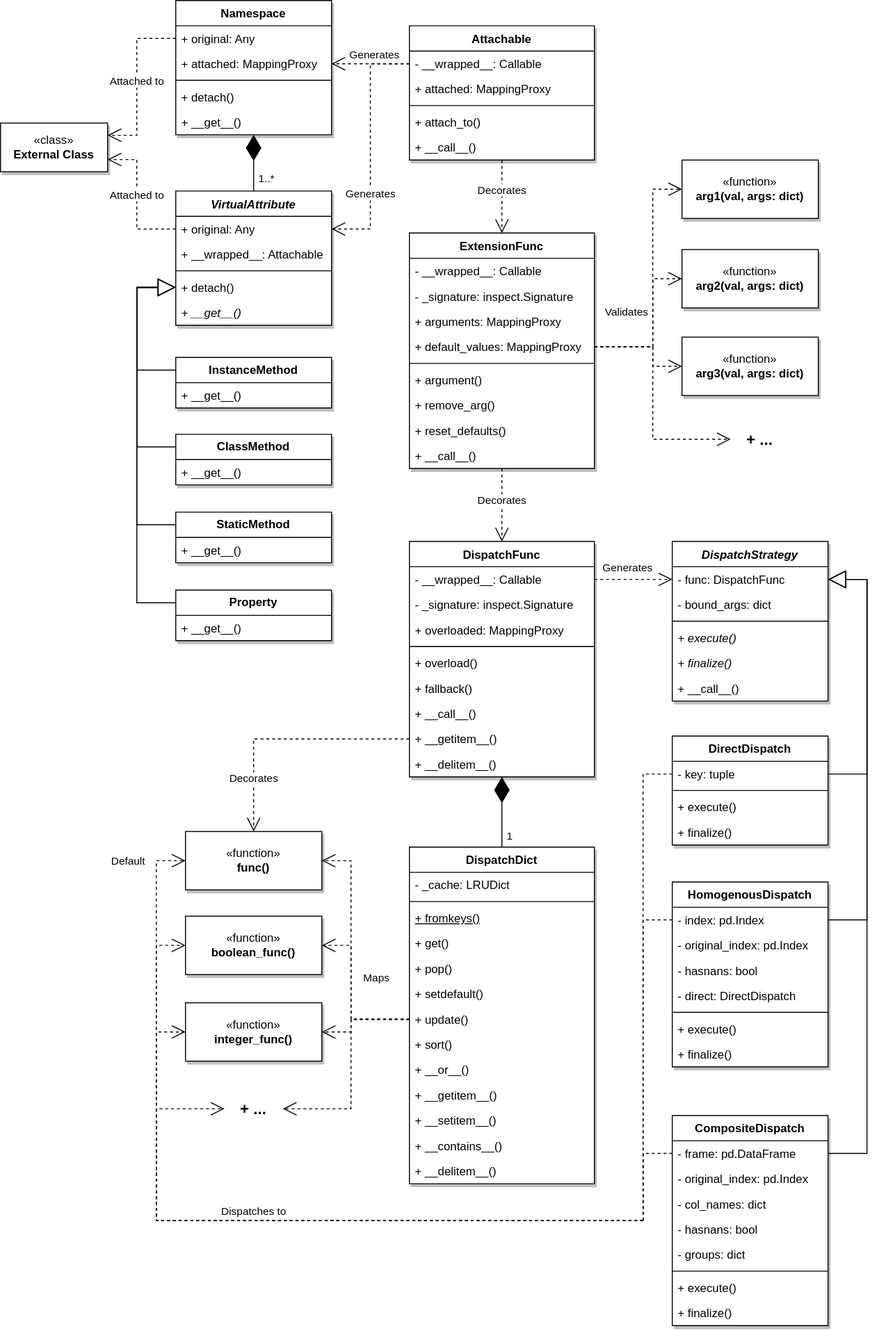
This is docs/source/images/decorators/Decorators_UML.svg from eerkela/bertrand, a draw.io export, as it was before one commit. Source tidied: cells renumbered, new cells last; positions are measured from the earlier drawing's top-left corner, leaving out a move shared by most shapes.
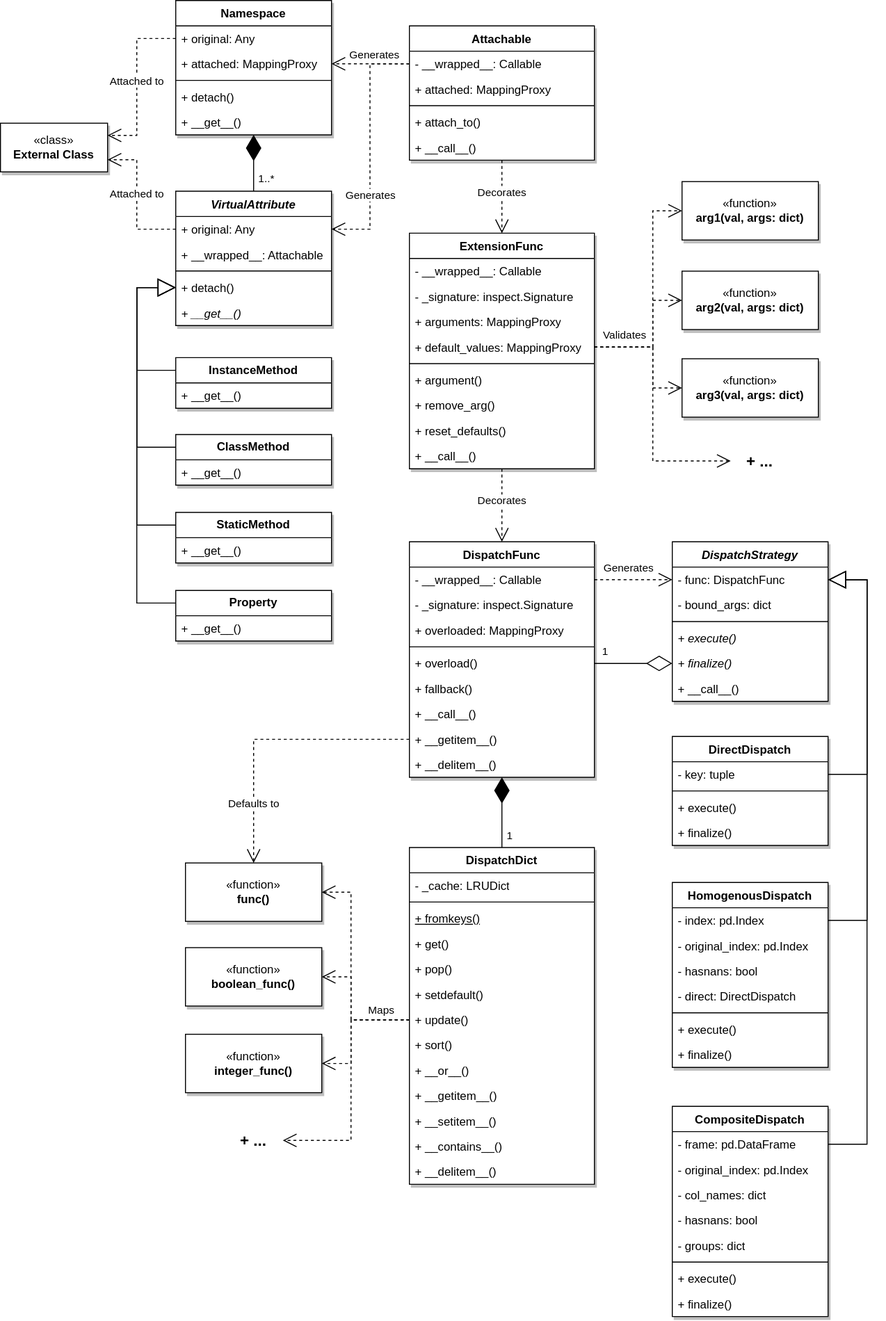
The same diagram one commit later.

Diff of the diagram source:
```diff
@@ -33,16 +33,16 @@
       <mxGeometry y="216" width="190" height="26" as="geometry" />
     </mxCell>
     <mxCell id="12" value="«function»&lt;br&gt;&lt;b&gt;func()&lt;/b&gt;" style="html=1;whiteSpace=wrap;shadow=1;" parent="1" vertex="1">
-      <mxGeometry x="190" y="854.1" width="140" height="60" as="geometry" />
+      <mxGeometry x="190" y="886" width="140" height="60" as="geometry" />
     </mxCell>
     <mxCell id="13" value="«function»&lt;br&gt;&lt;b&gt;boolean_&lt;/b&gt;&lt;b style=&quot;border-color: var(--border-color);&quot;&gt;func&lt;/b&gt;&lt;b&gt;()&lt;/b&gt;" style="html=1;whiteSpace=wrap;shadow=1;" parent="1" vertex="1">
-      <mxGeometry x="190" y="941.1" width="140" height="60" as="geometry" />
+      <mxGeometry x="190" y="973" width="140" height="60" as="geometry" />
     </mxCell>
     <mxCell id="14" value="«function»&lt;br&gt;&lt;b&gt;integer_func()&lt;/b&gt;" style="html=1;whiteSpace=wrap;shadow=1;" parent="1" vertex="1">
-      <mxGeometry x="190" y="1030.1" width="140" height="60" as="geometry" />
+      <mxGeometry x="190" y="1062" width="140" height="60" as="geometry" />
     </mxCell>
     <mxCell id="15" value="&lt;font style=&quot;font-size: 16px;&quot;&gt;&lt;b&gt;+ ...&lt;/b&gt;&lt;/font&gt;" style="text;html=1;strokeColor=none;fillColor=none;align=center;verticalAlign=middle;whiteSpace=wrap;rounded=0;" parent="1" vertex="1">
-      <mxGeometry x="230" y="1124.1" width="60" height="30" as="geometry" />
+      <mxGeometry x="230" y="1156" width="60" height="30" as="geometry" />
     </mxCell>
     <mxCell id="16" style="endArrow=open;endSize=12;dashed=1;html=1;rounded=0;entryX=1;entryY=0.5;entryDx=0;entryDy=0;exitX=0;exitY=0.5;exitDx=0;exitDy=0;edgeStyle=elbowEdgeStyle;" parent="1" edge="1" source="28" target="13">
       <mxGeometry x="0.56" y="-20" relative="1" as="geometry">
@@ -162,7 +162,7 @@
       <mxGeometry y="164" width="160" height="26" as="geometry" />
     </mxCell>
     <mxCell id="48" value="CompositeDispatch" style="swimlane;fontStyle=1;align=center;verticalAlign=top;horizontal=1;startSize=26;whiteSpace=wrap;html=1;swimlaneFillColor=default;shadow=1;" parent="1" vertex="1">
-      <mxGeometry x="690" y="1146" width="160" height="216" as="geometry" />
+      <mxGeometry x="690" y="1136" width="160" height="216" as="geometry" />
     </mxCell>
     <mxCell id="49" value="- frame: pd.DataFrame" style="text;strokeColor=none;fillColor=none;align=left;verticalAlign=top;spacingLeft=4;spacingRight=4;overflow=hidden;points=[[0,0.5],[1,0.5]];portConstraint=eastwest;whiteSpace=wrap;html=1;" parent="48" vertex="1">
       <mxGeometry y="26" width="160" height="26" as="geometry" />
@@ -228,91 +228,13 @@
         <mxPoint x="8" y="10" as="offset" />
       </mxGeometry>
     </mxCell>
-    <mxCell id="64" style="endArrow=none;endSize=12;dashed=1;html=1;rounded=0;exitX=0;exitY=0.5;exitDx=0;exitDy=0;edgeStyle=elbowEdgeStyle;endFill=0;" parent="1" edge="1" source="36">
-      <mxGeometry x="-0.39" relative="1" as="geometry">
-        <mxPoint x="660" y="1256" as="targetPoint" />
-        <Array as="points">
-          <mxPoint x="660" y="1026" />
-          <mxPoint x="670" y="1086.1" />
-          <mxPoint x="360" y="1326.1" />
-          <mxPoint x="500" y="1326.1" />
-        </Array>
-      </mxGeometry>
-    </mxCell>
-    <mxCell id="65" style="endArrow=none;endSize=12;dashed=1;html=1;rounded=0;exitX=0;exitY=0.5;exitDx=0;exitDy=0;edgeStyle=elbowEdgeStyle;endFill=0;" parent="1" edge="1" source="41">
-      <mxGeometry x="-0.39" relative="1" as="geometry">
-        <mxPoint x="660" y="1256" as="targetPoint" />
-        <Array as="points">
-          <mxPoint x="660" y="1136" />
-          <mxPoint x="680" y="1096.1" />
-          <mxPoint x="370" y="1336.1" />
-          <mxPoint x="510" y="1336.1" />
-        </Array>
-      </mxGeometry>
-    </mxCell>
-    <mxCell id="66" style="endArrow=none;endSize=12;dashed=1;html=1;rounded=0;exitX=0;exitY=0.5;exitDx=0;exitDy=0;edgeStyle=elbowEdgeStyle;endFill=0;" parent="1" edge="1" source="49">
-      <mxGeometry x="-0.39" relative="1" as="geometry">
-        <mxPoint x="660" y="1256" as="targetPoint" />
-        <Array as="points">
-          <mxPoint x="660" y="1226" />
-          <mxPoint x="690" y="1106.1" />
-          <mxPoint x="380" y="1346.1" />
-          <mxPoint x="520" y="1346.1" />
-        </Array>
-      </mxGeometry>
-    </mxCell>
-    <mxCell id="67" style="endArrow=open;endSize=12;dashed=1;html=1;rounded=0;entryX=0;entryY=0.5;entryDx=0;entryDy=0;edgeStyle=elbowEdgeStyle;" parent="1" edge="1" target="14">
-      <mxGeometry x="0.92" y="-40" relative="1" as="geometry">
-        <mxPoint x="660" y="1254" as="sourcePoint" />
-        <Array as="points">
-          <mxPoint x="160" y="1154.1" />
-        </Array>
-        <mxPoint x="-40" y="-40" as="offset" />
-      </mxGeometry>
-    </mxCell>
-    <mxCell id="68" value="Dispatches to" style="edgeLabel;html=1;align=center;verticalAlign=middle;" parent="67" vertex="1">
-      <mxGeometry x="0.96" y="-1" relative="1" as="geometry">
-        <mxPoint x="85" y="183" as="offset" />
-      </mxGeometry>
-    </mxCell>
-    <mxCell id="69" value="Decorates" style="endArrow=open;endSize=12;dashed=1;html=1;rounded=0;entryX=0.5;entryY=0;entryDx=0;entryDy=0;exitX=0;exitY=0.5;exitDx=0;exitDy=0;edgeStyle=elbowEdgeStyle;" parent="1" edge="1" source="10" target="12">
+    <mxCell id="69" value="Defaults to" style="endArrow=open;endSize=12;dashed=1;html=1;rounded=0;entryX=0.5;entryY=0;entryDx=0;entryDy=0;exitX=0;exitY=0.5;exitDx=0;exitDy=0;edgeStyle=elbowEdgeStyle;" parent="1" edge="1" source="10" target="12">
       <mxGeometry x="0.58" relative="1" as="geometry">
         <Array as="points">
           <mxPoint x="260" y="766.1" />
         </Array>
       </mxGeometry>
     </mxCell>
-    <mxCell id="70" style="endArrow=open;endSize=12;dashed=1;html=1;rounded=0;entryX=0;entryY=0.5;entryDx=0;entryDy=0;edgeStyle=elbowEdgeStyle;" parent="1" edge="1" target="13">
-      <mxGeometry x="0.91" y="-40" relative="1" as="geometry">
-        <mxPoint x="660" y="1254" as="sourcePoint" />
-        <Array as="points">
-          <mxPoint x="160" y="1114.1" />
-        </Array>
-        <mxPoint x="-80" y="-1" as="offset" />
-      </mxGeometry>
-    </mxCell>
-    <mxCell id="71" style="endArrow=open;endSize=12;dashed=1;html=1;rounded=0;entryX=0;entryY=0.5;entryDx=0;entryDy=0;edgeStyle=elbowEdgeStyle;" parent="1" edge="1" target="12">
-      <mxGeometry x="0.93" y="-40" relative="1" as="geometry">
-        <mxPoint x="660" y="1254" as="sourcePoint" />
-        <Array as="points">
-          <mxPoint x="160" y="1074.1" />
-        </Array>
-        <mxPoint x="-40" y="-40" as="offset" />
-      </mxGeometry>
-    </mxCell>
-    <mxCell id="72" value="Default" style="edgeLabel;html=1;align=center;verticalAlign=middle;" parent="71" vertex="1">
-      <mxGeometry x="0.97" y="1" relative="1" as="geometry">
-        <mxPoint x="-44" y="1" as="offset" />
-      </mxGeometry>
-    </mxCell>
-    <mxCell id="73" style="endArrow=open;endSize=12;dashed=1;html=1;rounded=0;entryX=0;entryY=0.5;entryDx=0;entryDy=0;edgeStyle=elbowEdgeStyle;" parent="1" edge="1" target="15">
-      <mxGeometry x="0.86" relative="1" as="geometry">
-        <mxPoint x="660" y="1254" as="sourcePoint" />
-        <Array as="points">
-          <mxPoint x="160" y="1194.1" />
-        </Array>
-      </mxGeometry>
-    </mxCell>
     <mxCell id="74" value="Decorates" style="endArrow=open;endSize=12;dashed=1;html=1;rounded=0;entryX=0.5;entryY=0;entryDx=0;entryDy=0;" parent="1" edge="1" source="85" target="2">
       <mxGeometry x="-0.12" relative="1" as="geometry" />
     </mxCell>
@@ -337,12 +259,20 @@
     <mxCell id="81" value="+ __call__()" style="text;strokeColor=none;fillColor=none;align=left;verticalAlign=top;spacingLeft=4;spacingRight=4;overflow=hidden;whiteSpace=wrap;html=1;" parent="75" vertex="1">
       <mxGeometry y="138" width="160" height="26" as="geometry" />
     </mxCell>
+    <mxCell id="143" style="endArrow=diamondThin;endFill=0;endSize=24;html=1;rounded=0;entryX=0;entryY=0.5;entryDx=0;entryDy=0;exitX=1;exitY=0.5;exitDx=0;exitDy=0;" parent="1" edge="1" source="7" target="80">
+      <mxGeometry relative="1" as="geometry" />
+    </mxCell>
+    <mxCell id="144" value="1" style="edgeLabel;html=1;align=center;verticalAlign=middle;" parent="143" vertex="1">
+      <mxGeometry x="-0.35" y="1" relative="1" as="geometry">
+        <mxPoint x="-16" y="-12" as="offset" />
+      </mxGeometry>
+    </mxCell>
     <mxCell id="82" value="@extension_func" parent="0" />
     <mxCell id="83" value="«function»&lt;br&gt;&lt;b&gt;arg3(val, args: dict)&lt;/b&gt;" style="html=1;whiteSpace=wrap;shadow=1;" parent="82" vertex="1">
-      <mxGeometry x="700" y="346" width="140" height="60" as="geometry" />
+      <mxGeometry x="700" y="368" width="140" height="60" as="geometry" />
     </mxCell>
     <mxCell id="84" value="«function»&lt;br&gt;&lt;b&gt;arg2(val, args: dict)&lt;/b&gt;" style="html=1;whiteSpace=wrap;shadow=1;" parent="82" vertex="1">
-      <mxGeometry x="700" y="256" width="140" height="60" as="geometry" />
+      <mxGeometry x="700" y="278" width="140" height="60" as="geometry" />
     </mxCell>
     <mxCell id="85" value="ExtensionFunc" style="swimlane;fontStyle=1;align=center;verticalAlign=top;horizontal=1;startSize=26;whiteSpace=wrap;html=1;swimlaneFillColor=default;shadow=1;" parent="82" vertex="1">
       <mxGeometry x="420" y="239" width="190" height="242" as="geometry" />
@@ -375,7 +305,7 @@
       <mxGeometry y="216" width="190" height="26" as="geometry" />
     </mxCell>
     <mxCell id="95" value="«function»&lt;br&gt;&lt;b&gt;arg1(val, args: dict)&lt;/b&gt;" style="html=1;whiteSpace=wrap;shadow=1;" parent="82" vertex="1">
-      <mxGeometry x="700" y="164" width="140" height="60" as="geometry" />
+      <mxGeometry x="700" y="186" width="140" height="60" as="geometry" />
     </mxCell>
     <mxCell id="96" style="endArrow=open;endSize=12;dashed=1;html=1;rounded=0;exitX=1;exitY=0.5;exitDx=0;exitDy=0;entryX=0;entryY=0.5;entryDx=0;entryDy=0;edgeStyle=elbowEdgeStyle;" parent="82" edge="1" source="89" target="95">
       <mxGeometry x="0.4" relative="1" as="geometry">
@@ -400,11 +330,11 @@
     </mxCell>
     <mxCell id="99" value="Validates" style="edgeLabel;html=1;align=center;verticalAlign=middle;" parent="98" vertex="1">
       <mxGeometry x="0.5" y="1" relative="1" as="geometry">
-        <mxPoint x="-31" y="-56" as="offset" />
+        <mxPoint x="-31" y="-51" as="offset" />
       </mxGeometry>
     </mxCell>
     <mxCell id="100" value="&lt;font style=&quot;font-size: 16px;&quot;&gt;&lt;b&gt;+ ...&lt;/b&gt;&lt;/font&gt;" style="text;html=1;strokeColor=none;fillColor=none;align=center;verticalAlign=middle;whiteSpace=wrap;rounded=0;" parent="82" vertex="1">
-      <mxGeometry x="750" y="436" width="60" height="30" as="geometry" />
+      <mxGeometry x="750" y="458" width="60" height="30" as="geometry" />
     </mxCell>
     <mxCell id="101" style="endArrow=open;endSize=12;dashed=1;html=1;rounded=0;exitX=1;exitY=0.5;exitDx=0;exitDy=0;edgeStyle=elbowEdgeStyle;entryX=0;entryY=0.5;entryDx=0;entryDy=0;" parent="82" edge="1" source="89" target="100">
       <mxGeometry x="0.4" relative="1" as="geometry">
```
